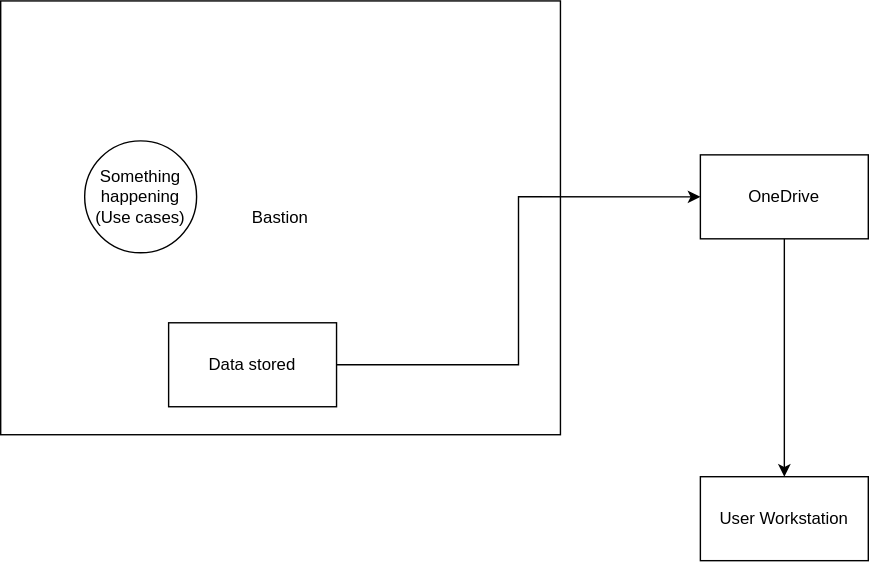
The draw.io diagram SharedData.svg in vjavle/invoicecloud, before a commit. Source tidied: cells renumbered, new cells last; positions are measured from the earlier drawing's top-left corner, leaving out a move shared by most shapes.
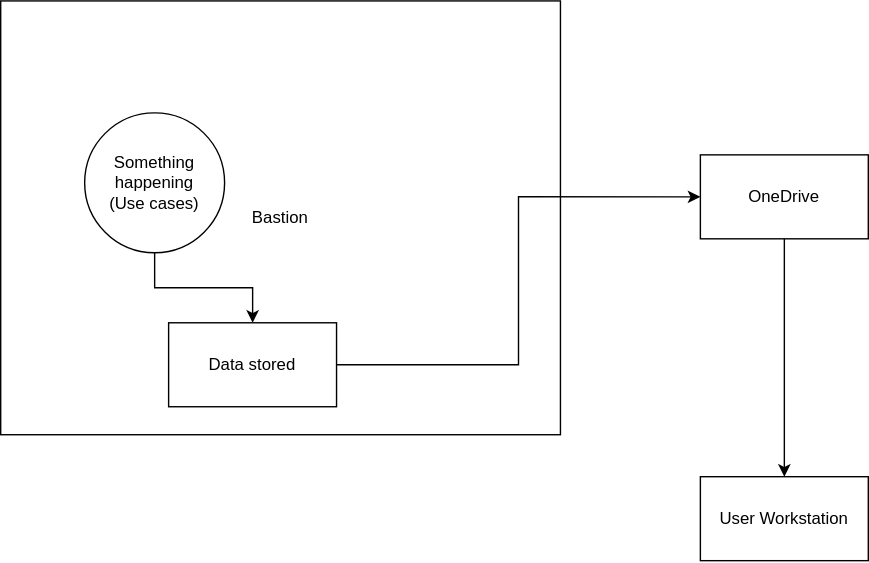
Later version of the same file.

What changed in the source:
```diff
@@ -5,8 +5,11 @@
     <mxCell id="2" value="Bastion" style="rounded=0;whiteSpace=wrap;html=1;" parent="1" vertex="1">
       <mxGeometry width="400" height="310" as="geometry" />
     </mxCell>
+    <mxCell id="9" style="edgeStyle=orthogonalEdgeStyle;rounded=0;jettySize=auto;html=1;" parent="1" edge="1" source="3" target="5">
+      <mxGeometry relative="1" as="geometry" />
+    </mxCell>
     <mxCell id="3" value="Something happening&lt;br&gt;(Use cases)" style="ellipse;whiteSpace=wrap;html=1;" parent="1" vertex="1">
-      <mxGeometry x="60" y="100" width="80" height="80" as="geometry" />
+      <mxGeometry x="60" y="80" width="100" height="100" as="geometry" />
     </mxCell>
     <mxCell id="4" style="edgeStyle=orthogonalEdgeStyle;rounded=0;jettySize=auto;html=1;entryX=0;entryY=0.5;entryDx=0;entryDy=0;" parent="1" edge="1" source="5" target="8">
       <mxGeometry relative="1" as="geometry" />
```
